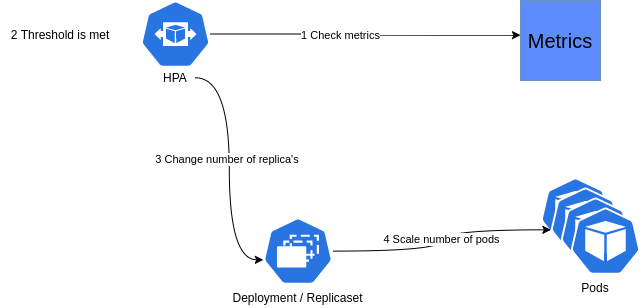
Above: images/autoscaling-HPA.png in marcoippel/k8s-autoscaling (draw.io), before the change. Source tidied: cells renumbered, new cells last; positions are measured from the earlier drawing's top-left corner, leaving out a move shared by most shapes.
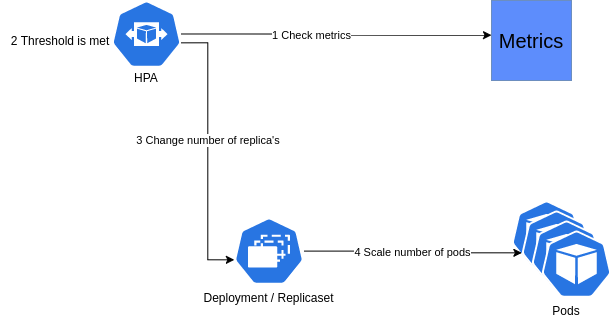
The same diagram one commit later.

Change to the diagram source:
```diff
@@ -12,7 +12,7 @@
       <mxGeometry x="15" y="67.3" width="40" height="20" as="geometry" />
     </mxCell>
     <mxCell id="5" value="2 Threshold is met" style="text;html=1;strokeColor=none;fillColor=none;align=center;verticalAlign=middle;whiteSpace=wrap;rounded=0;" parent="1" vertex="1">
-      <mxGeometry y="24" width="120" height="20" as="geometry" />
+      <mxGeometry x="29" y="30" width="120" height="20" as="geometry" />
     </mxCell>
     <mxCell id="6" style="group;" parent="1" vertex="1">
       <mxGeometry x="220" y="217" width="155" height="90" as="geometry" />
@@ -23,14 +23,6 @@
     <mxCell id="8" value="Deployment / Replicaset" style="text;html=1;strokeColor=none;fillColor=none;align=center;verticalAlign=middle;whiteSpace=wrap;rounded=0;" parent="6" vertex="1">
       <mxGeometry y="70" width="155" height="20" as="geometry" />
     </mxCell>
-    <mxCell id="9" style="edgeStyle=orthogonalEdgeStyle;jettySize=auto;html=1;entryX=0.005;entryY=0.63;entryDx=0;entryDy=0;entryPerimeter=0;curved=1;" parent="1" edge="1" source="4" target="7">
-      <mxGeometry relative="1" as="geometry" />
-    </mxCell>
-    <mxCell id="10" value="3 Change number of replica's&amp;nbsp;" style="edgeLabel;html=1;align=center;verticalAlign=middle;" parent="9" vertex="1">
-      <mxGeometry x="-0.08" y="-1" relative="1" as="geometry">
-        <mxPoint y="1" as="offset" />
-      </mxGeometry>
-    </mxCell>
     <mxCell id="11" style="edgeStyle=orthogonalEdgeStyle;curved=1;jettySize=auto;html=1;entryX=0;entryY=0.5;entryDx=0;entryDy=0;" parent="1" edge="1" source="3">
       <mxGeometry relative="1" as="geometry">
         <mxPoint x="520" y="34.7" as="targetPoint" />
@@ -44,7 +36,7 @@
       <mxGeometry x="-0.17" y="-1" relative="1" as="geometry" />
     </mxCell>
     <mxCell id="13" style="group;" parent="1" vertex="1">
-      <mxGeometry x="540" y="177" width="100" height="120" as="geometry" />
+      <mxGeometry x="540" y="200" width="100" height="120" as="geometry" />
     </mxCell>
     <mxCell id="14" style="html=1;dashed=0;whitespace=wrap;fillColor=#2875E2;strokeColor=#ffffff;shape=mxgraph.kubernetes.icon;prIcon=pod;" parent="13" vertex="1">
       <mxGeometry width="70" height="67.2" as="geometry" />
@@ -61,11 +53,19 @@
     <mxCell id="18" value="Pods" style="text;html=1;strokeColor=none;fillColor=none;align=center;verticalAlign=middle;whiteSpace=wrap;rounded=0;" parent="13" vertex="1">
       <mxGeometry x="35" y="100" width="40" height="20" as="geometry" />
     </mxCell>
-    <mxCell id="19" value="4 Scale number of pods" style="edgeStyle=orthogonalEdgeStyle;curved=1;jettySize=auto;html=1;entryX=0.005;entryY=0.63;entryDx=0;entryDy=0;entryPerimeter=0;" parent="1" edge="1" source="7" target="15">
+    <mxCell id="19" value="4 Scale number of pods" style="edgeStyle=orthogonalEdgeStyle;jettySize=auto;html=1;entryX=0.005;entryY=0.63;entryDx=0;entryDy=0;entryPerimeter=0;rounded=0;" parent="1" edge="1" source="7" target="15">
       <mxGeometry relative="1" as="geometry" />
     </mxCell>
     <mxCell id="20" value="&lt;font style=&quot;font-size: 20px&quot;&gt;Metrics&lt;/font&gt;" style="whiteSpace=wrap;html=1;strokeColor=#6c8ebf;fillColor=#5D8DFC;" parent="1" vertex="1">
       <mxGeometry x="520" width="80" height="80" as="geometry" />
     </mxCell>
+    <mxCell id="21" style="edgeStyle=orthogonalEdgeStyle;rounded=0;jettySize=auto;html=1;exitX=0.995;exitY=0.63;exitDx=0;exitDy=0;exitPerimeter=0;entryX=0.005;entryY=0.63;entryDx=0;entryDy=0;entryPerimeter=0;strokeColor=#000000;" parent="1" edge="1" source="3" target="7">
+      <mxGeometry relative="1" as="geometry" />
+    </mxCell>
+    <mxCell id="10" value="3 Change number of replica's&amp;nbsp;" style="edgeLabel;html=1;align=center;verticalAlign=middle;" parent="21" vertex="1">
+      <mxGeometry x="0.16" y="1" relative="1" as="geometry">
+        <mxPoint y="-33" as="offset" />
+      </mxGeometry>
+    </mxCell>
   </root>
 </mxGraphModel>
```
